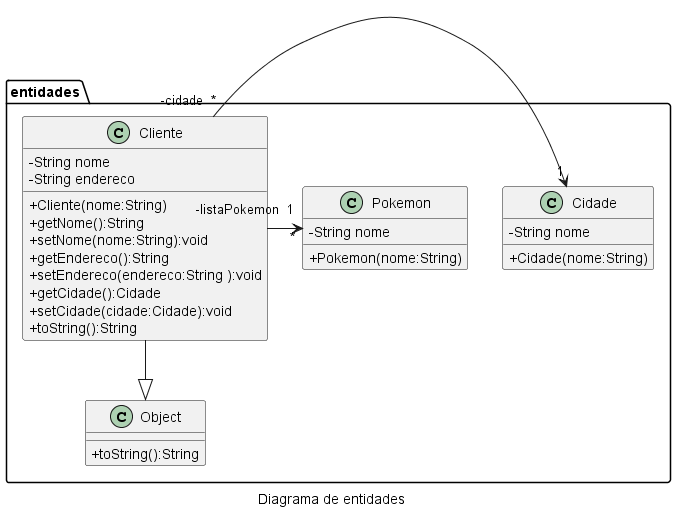
This is diagramas/png/classes.png from waltercoan/fso-turmab-revoo, a PlantUML export, as it was before one commit.
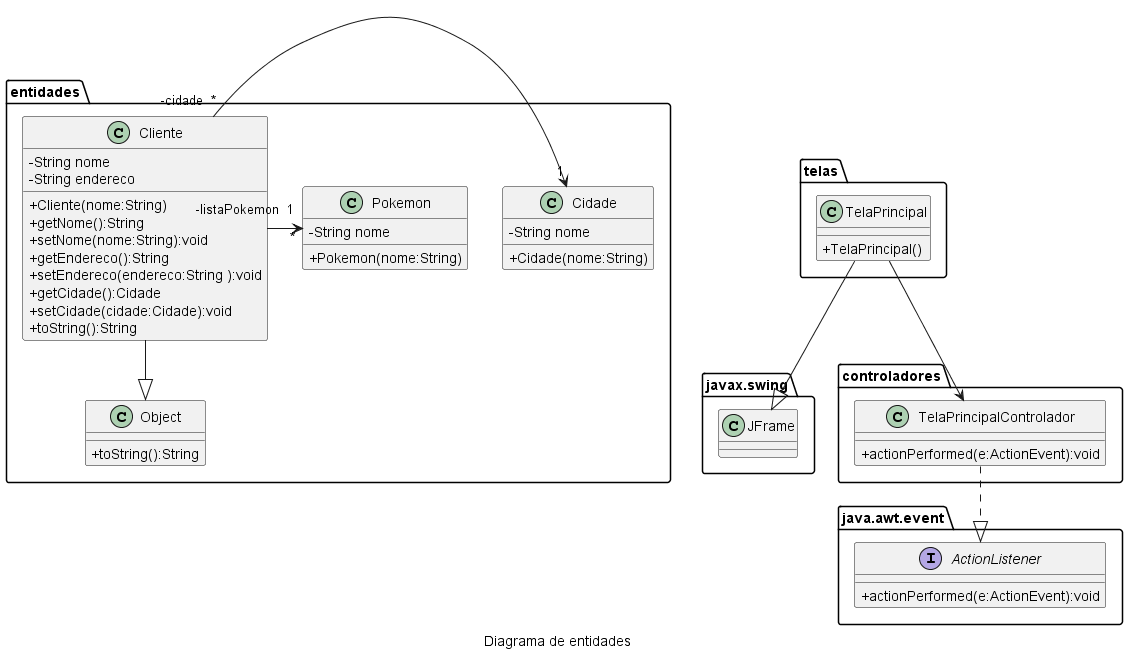
The same diagram one commit later.

Change to the diagram source:
```diff
@@ -31,4 +31,27 @@
     Cliente "-listaPokemon  1" -> "*" Pokemon
 
 }
+namespace javax.swing {
+    class JFrame {
+    }
+}
+namespace telas {
+
+    class TelaPrincipal {
+        + TelaPrincipal()
+    }
+    TelaPrincipal --|> javax.swing.JFrame
+    TelaPrincipal --> controladores.TelaPrincipalControlador
+}
+namespace controladores {
+    class TelaPrincipalControlador{
+        + actionPerformed(e:ActionEvent):void
+    }
+    TelaPrincipalControlador ..|> java.awt.event.ActionListener
+}
+namespace java.awt.event {
+    interface ActionListener{
+        + actionPerformed(e:ActionEvent):void
+    }
+}
 @enduml
```
